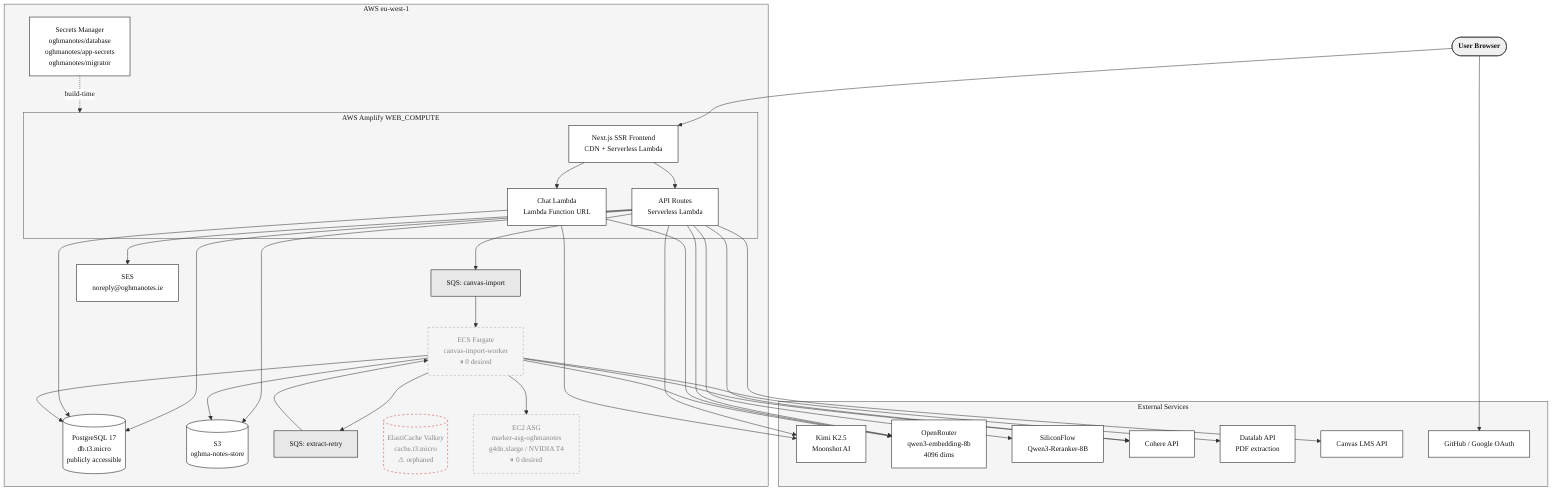
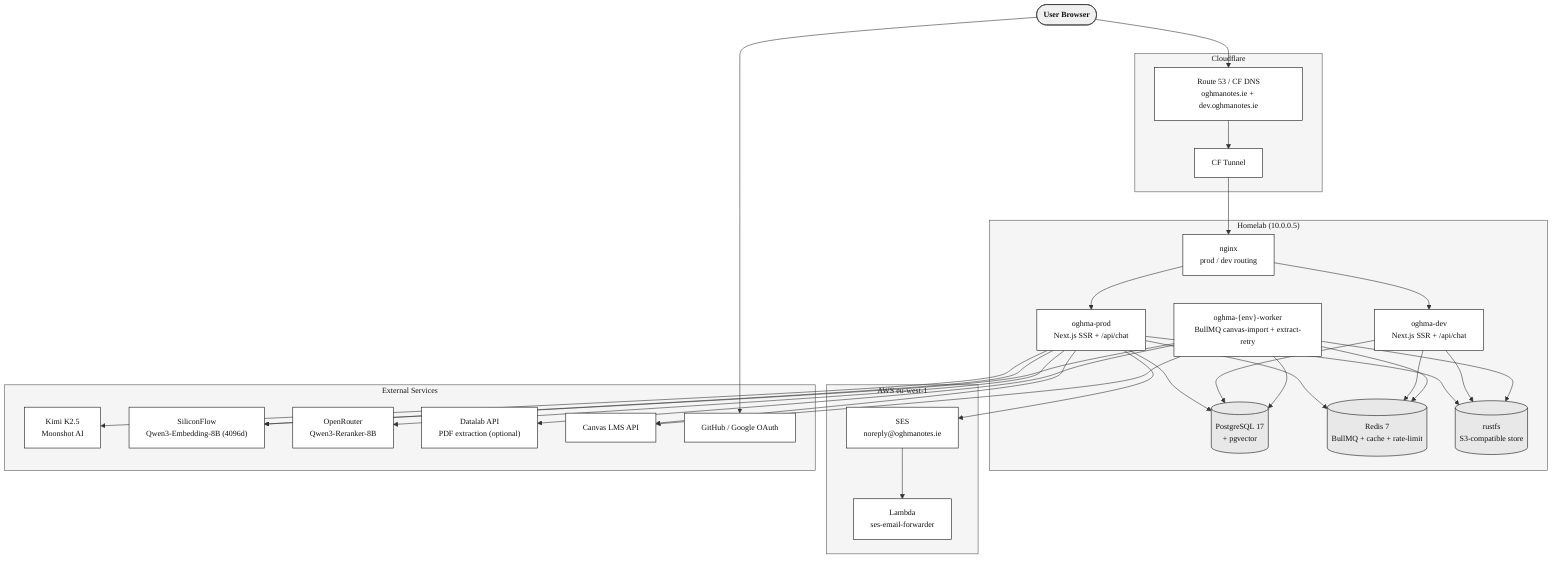
%%{init: {"theme": "base", "themeVariables": {"primaryColor": "#ffffff", "primaryTextColor": "#111111", "primaryBorderColor": "#111111", "lineColor": "#333333", "secondaryColor": "#f0f0f0", "tertiaryColor": "#e8e8e8", "clusterBkg": "#f5f5f5", "clusterBorder": "#555555", "edgeLabelBackground": "#ffffff", "fontFamily": "Georgia, serif", "fontSize": "14px"}}}%%
flowchart TD
    Browser(["User Browser"])

+     subgraph cf["Cloudflare"]
+         DNS["Route 53 / CF DNS\noghmanotes.ie + dev.oghmanotes.ie"]
+         Tunnel["CF Tunnel"]
+     end
+ 
+     subgraph homelab["Homelab (10.0.0.5)"]
+         Nginx["nginx\nprod / dev routing"]
+         AppProd["oghma-prod\nNext.js SSR + /api/chat"]
+         AppDev["oghma-dev\nNext.js SSR + /api/chat"]
+         Worker["oghma-{env}-worker\nBullMQ canvas-import + extract-retry"]
+         Postgres[("PostgreSQL 17\n+ pgvector")]
+         Redis[("Redis 7\nBullMQ + cache + rate-limit")]
+         Rustfs[("rustfs\nS3-compatible store")]
+     end
+ 
    subgraph aws["AWS  eu-west-1"]
-         subgraph amplify["AWS Amplify  WEB_COMPUTE"]
-             FE["Next.js SSR Frontend\nCDN + Serverless Lambda"]
-             API["API Routes\nServerless Lambda"]
-             ChatLambda["Chat Lambda\nLambda Function URL"]
-         end
-         RDS[("PostgreSQL 17\ndb.t3.micro\npublicly accessible")]
-         S3[("S3\noghma-notes-store")]
-         CIMP["SQS: canvas-import"]
-         CRETRY["SQS: extract-retry"]
-         ECS["ECS Fargate\ncanvas-import-worker\n⏸ 0 desired"]
-         Cache[("ElastiCache Valkey\ncache.t3.micro\n⚠ orphaned")]
-         MarkerASG["EC2 ASG\nmarker-asg-oghmanotes\ng4dn.xlarge / NVIDIA T4\n⏸ 0 desired"]
-         SecretsManager["Secrets Manager\noghmanotes/database\noghmanotes/app-secrets\noghmanotes/migrator"]
        SES["SES\nnoreply@oghmanotes.ie"]
+         SesFwd["Lambda\nses-email-forwarder"]
    end

    subgraph external["External Services"]
        LLM["Kimi K2.5\nMoonshot AI"]
-         Embed["OpenRouter\nqwen3-embedding-8b\n4096 dims"]
-         Rerank["SiliconFlow\nQwen3-Reranker-8B"]
-         Cohere["Cohere API"]
-         Datalab["Datalab API\nPDF extraction"]
+         Embed["SiliconFlow\nQwen3-Embedding-8B (4096d)"]
+         Rerank["OpenRouter\nQwen3-Reranker-8B"]
+         Datalab["Datalab API\nPDF extraction (optional)"]
        CanvasLMS["Canvas LMS API"]
        OAuth["GitHub / Google OAuth"]
    end

-     Browser --> FE
-     FE --> API
-     FE --> ChatLambda
-     API --> RDS
-     API --> S3
-     API --> CIMP
-     API --> Embed
-     API --> Rerank
-     API --> LLM
-     API --> CanvasLMS
-     API --> SES
-     API --> Cohere
-     ChatLambda --> RDS
-     ChatLambda --> LLM
-     ChatLambda --> Embed
-     CIMP --> ECS
-     ECS --> S3
-     ECS --> RDS
-     ECS --> MarkerASG
-     ECS --> Datalab
-     ECS --> Embed
-     ECS --> Cohere
-     ECS --> CRETRY
-     CRETRY --> ECS
-     SecretsManager -.->|build-time| amplify
+     Browser --> DNS --> Tunnel --> Nginx
+     Nginx --> AppProd
+     Nginx --> AppDev
+     AppProd --> Postgres
+     AppProd --> Redis
+     AppProd --> Rustfs
+     AppProd --> CanvasLMS
+     AppProd --> Embed
+     AppProd --> Rerank
+     AppProd --> LLM
+     AppProd --> SES
+     AppDev --> Postgres
+     AppDev --> Redis
+     AppDev --> Rustfs
+     Worker --> Postgres
+     Worker --> Redis
+     Worker --> Rustfs
+     Worker --> CanvasLMS
+     Worker --> Embed
+     Worker --> Datalab
    Browser --> OAuth
+     SES --> SesFwd

    classDef plain fill:#ffffff,color:#111111,stroke:#111111
    classDef shaded fill:#e8e8e8,color:#111111,stroke:#111111
-     classDef paused fill:#f5f5f5,color:#888888,stroke:#aaaaaa,stroke-dasharray:4
-     classDef orphaned fill:#f5f5f5,color:#888888,stroke:#cc4444,stroke-dasharray:4
    classDef endpoint fill:#f0f0f0,color:#111111,stroke:#333333,font-weight:bold
-     class CIMP,CRETRY shaded
-     class ECS,MarkerASG paused
-     class Cache orphaned
+     class Postgres,Redis,Rustfs shaded
    class Browser endpoint
